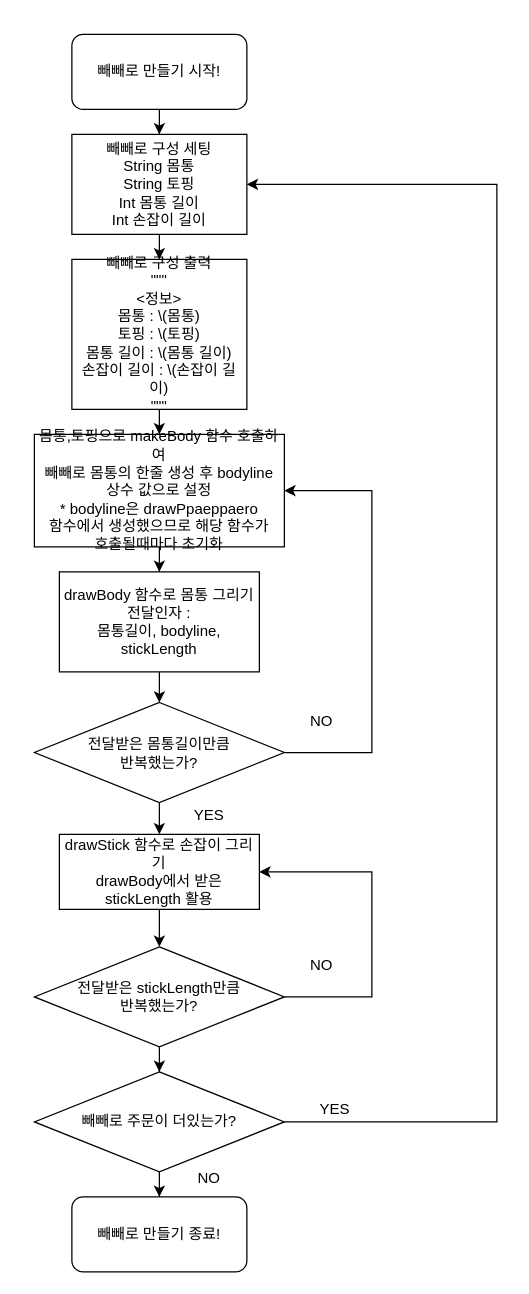
yagom-academy/swift-starter-Round1 keeps this draw.io diagram as CodeStarterCamp_Week1/ppaeppaero.drawio. Above is the earlier version. Source tidied: cells renumbered, new cells numbered last; positions are measured from the earlier drawing's top-left corner, leaving out a move shared by most shapes. Both pictures are drawn from the tidied source at 125%, with x=0, y=0 at pixel (34, 34).
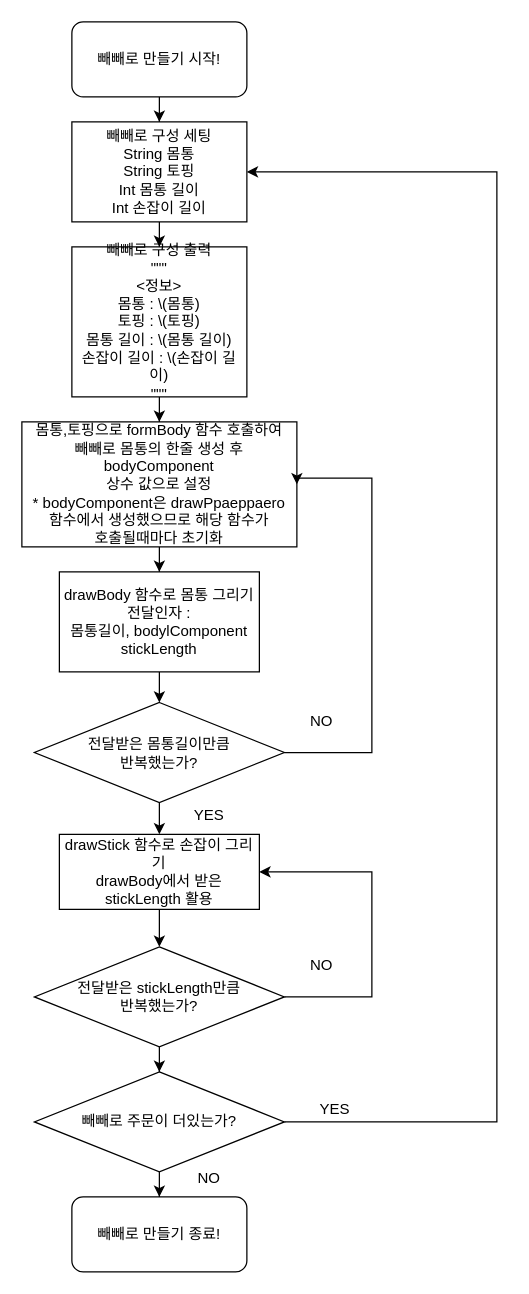
After the change.

Unchanged cells that the change refers to:
```xml
<mxCell id="14" value="전달받은 몸통길이만큼&lt;br&gt;반복했는가?" style="rhombus;whiteSpace=wrap;html=1;" parent="1" vertex="1">
  <mxGeometry y="534.5" width="200" height="80" as="geometry" />
</mxCell>
<mxCell id="25" value="빼빼로 주문이 더있는가?" style="rhombus;whiteSpace=wrap;html=1;" parent="1" vertex="1">
  <mxGeometry y="830" width="200" height="80" as="geometry" />
</mxCell>
```

What changed in the source:
```diff
@@
     <mxCell id="3" value="빼빼로 만들기 시작!" style="rounded=1;whiteSpace=wrap;html=1;" parent="1" vertex="1">
-      <mxGeometry x="30" width="140" height="60" as="geometry" />
+      <mxGeometry x="30" y="-10" width="140" height="60" as="geometry" />
     </mxCell>
@@
     <mxCell id="5" value="빼빼로 구성 세팅&lt;br&gt;String 몸통&lt;br&gt;String 토핑&lt;br&gt;Int 몸통 길이&lt;br&gt;Int 손잡이 길이" style="rounded=0;whiteSpace=wrap;html=1;" parent="1" vertex="1">
-      <mxGeometry x="30" y="80" width="140" height="80" as="geometry" />
+      <mxGeometry x="30" y="70" width="140" height="80" as="geometry" />
     </mxCell>
@@
     <mxCell id="7" value="빼빼로 구성 출력&lt;br&gt;&quot;&quot;&quot;&lt;br&gt;&amp;lt;정보&amp;gt;&lt;br&gt;몸통 : \(몸통)&lt;br style=&quot;border-color: var(--border-color);&quot;&gt;토핑 : \(토핑)&lt;br style=&quot;border-color: var(--border-color);&quot;&gt;몸통 길이 : \(몸통 길이)&lt;br style=&quot;border-color: var(--border-color);&quot;&gt;손잡이 길이 : \(손잡이 길이)&lt;br&gt;&quot;&quot;&quot;" style="rounded=0;whiteSpace=wrap;html=1;" parent="1" vertex="1">
-      <mxGeometry x="30" y="180" width="140" height="120" as="geometry" />
+      <mxGeometry x="30" y="170" width="140" height="120" as="geometry" />
     </mxCell>
@@
-    <mxCell id="9" value="몸통,토핑으로 makeBody 함수 호출하여&lt;br&gt;빼빼로 몸통의 한줄 생성 후&amp;nbsp;bodyline&lt;br&gt;상수 값으로 설정&lt;br&gt;* bodyline은 drawPpaeppaero&lt;br&gt;함수에서 생성했으므로 해당 함수가&lt;br&gt;호출될때마다 초기화" style="rounded=0;whiteSpace=wrap;html=1;" parent="1" vertex="1">
-      <mxGeometry y="320" width="200" height="90" as="geometry" />
+    <mxCell id="9" value="몸통,토핑으로 formBody 함수 호출하여&lt;br&gt;빼빼로 몸통의 한줄 생성 후&lt;br&gt;bodyComponent&lt;br&gt;상수 값으로 설정&lt;br&gt;* bodyComponent은 drawPpaeppaero&lt;br&gt;함수에서 생성했으므로 해당 함수가&lt;br&gt;호출될때마다 초기화" style="rounded=0;whiteSpace=wrap;html=1;" parent="1" vertex="1">
+      <mxGeometry x="-10" y="310" width="220" height="100" as="geometry" />
     </mxCell>
@@
-    <mxCell id="11" value="drawBody 함수로 몸통 그리기&lt;br&gt;전달인자 : &lt;br&gt;몸통길이, bodyline, stickLength" style="rounded=0;whiteSpace=wrap;html=1;" parent="1" vertex="1">
+    <mxCell id="11" value="drawBody 함수로 몸통 그리기&lt;br&gt;전달인자 : &lt;br&gt;몸통길이, bodylComponent stickLength" style="rounded=0;whiteSpace=wrap;html=1;" parent="1" vertex="1">
       <mxGeometry x="20" y="430" width="160" height="80" as="geometry" />
     </mxCell>
     <mxCell id="12" style="edgeStyle=orthogonalEdgeStyle;rounded=0;jettySize=auto;html=1;entryX=1;entryY=0.5;entryDx=0;entryDy=0;exitX=1;exitY=0.5;exitDx=0;exitDy=0;" parent="1" edge="1" source="14" target="9">
       <mxGeometry relative="1" as="geometry">
         <Array as="points">
           <mxPoint x="270" y="575" />
-          <mxPoint x="270" y="365" />
+          <mxPoint x="270" y="355" />
         </Array>
       </mxGeometry>
     </mxCell>
@@
     <mxCell id="23" style="edgeStyle=orthogonalEdgeStyle;rounded=0;jettySize=auto;html=1;entryX=1;entryY=0.5;entryDx=0;entryDy=0;exitX=1;exitY=0.5;exitDx=0;exitDy=0;" parent="1" edge="1" source="25" target="5">
       <mxGeometry relative="1" as="geometry">
         <Array as="points">
           <mxPoint x="370" y="870" />
-          <mxPoint x="370" y="120" />
+          <mxPoint x="370" y="110" />
         </Array>
       </mxGeometry>
     </mxCell>
```
